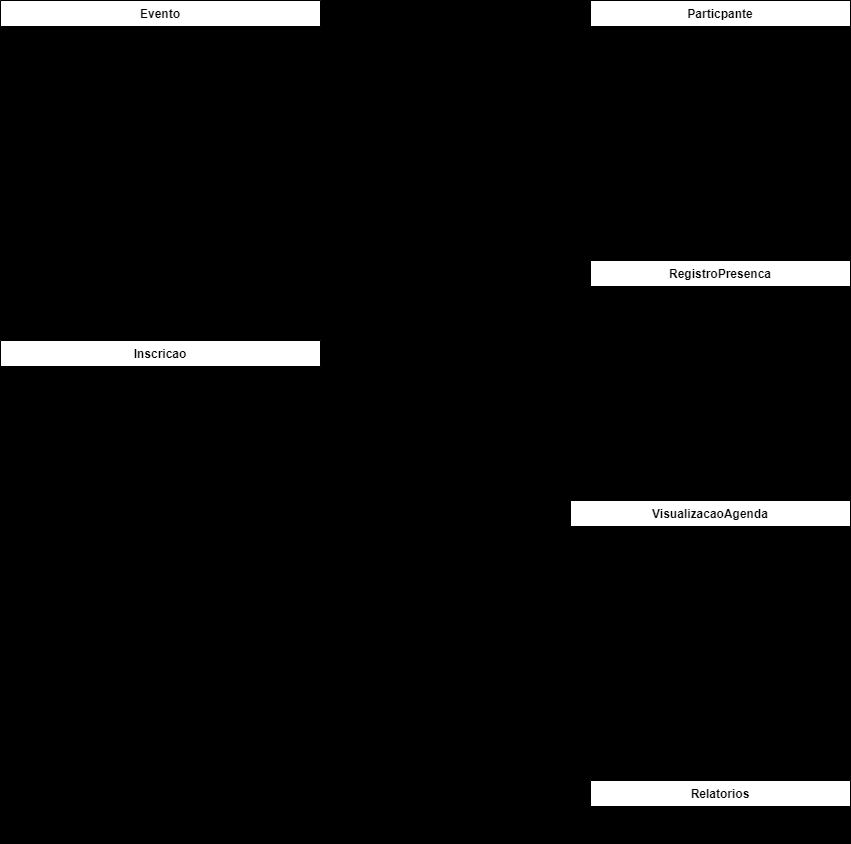
Emanuel3k/POO-Sistema-de-Eventos keeps this draw.io diagram as UML.drawio.png. Above is the earlier version. Source tidied: cells renumbered, new cells last; positions are measured from the earlier drawing's top-left corner, leaving out a move shared by most shapes.
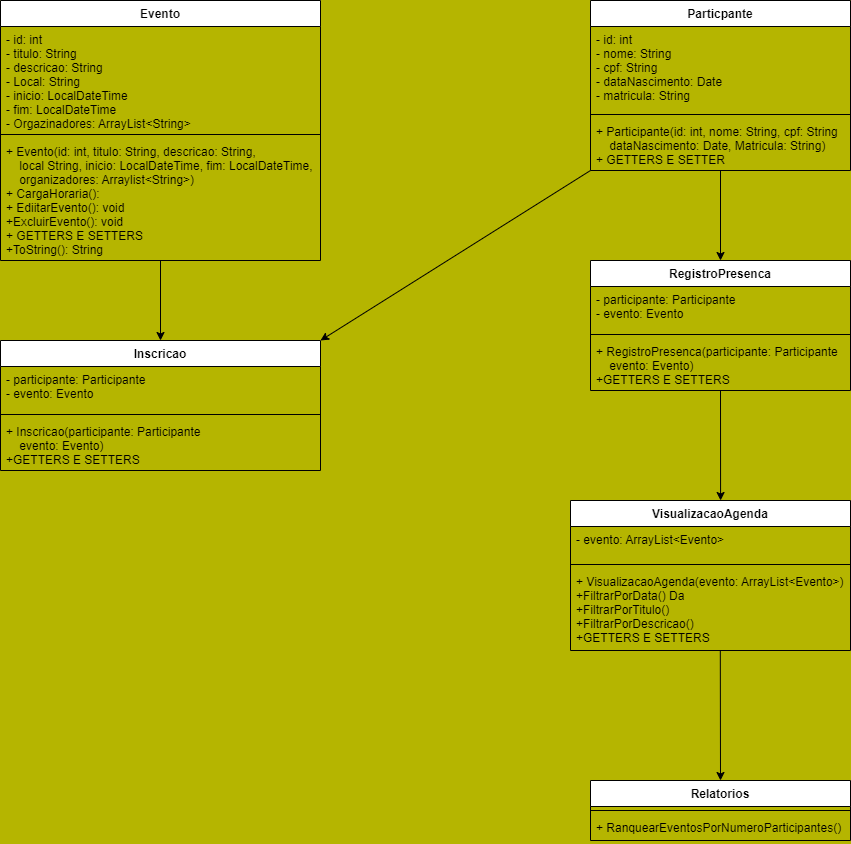
Later version of the same file.

Commit message:
Alterei a cor do background da UML para uma melhor visualização

Change to the diagram source:
```diff
@@ -1,4 +1,4 @@
-<mxGraphModel background="#000000">
+<mxGraphModel background="#B5B500">
   <root>
     <mxCell id="0" />
     <mxCell id="1" parent="0" />
@@ -51,7 +51,7 @@
       <mxGeometry y="78" width="260" height="52" as="geometry" />
     </mxCell>
     <mxCell id="18" value="Inscricao" style="swimlane;fontStyle=1;align=center;verticalAlign=top;horizontal=1;startSize=26;labelBackgroundColor=none;" parent="1" vertex="1">
-      <mxGeometry y="340" width="320" height="160" as="geometry" />
+      <mxGeometry y="340" width="320" height="130" as="geometry" />
     </mxCell>
     <mxCell id="19" value="- participante: Participante&#10;- evento: Evento" style="text;strokeColor=none;fillColor=none;align=left;verticalAlign=top;spacingLeft=4;spacingRight=4;overflow=hidden;labelBackgroundColor=none;" parent="18" vertex="1">
       <mxGeometry y="26" width="320" height="44" as="geometry" />
@@ -60,7 +60,7 @@
       <mxGeometry y="70" width="320" height="8" as="geometry" />
     </mxCell>
     <mxCell id="21" value="+ Inscricao(participante: Participante&#10;    evento: Evento)&#10;+GETTERS E SETTERS&#10;&#10;&#10;&#10;" style="text;strokeColor=none;fillColor=none;align=left;verticalAlign=top;spacingLeft=4;spacingRight=4;overflow=hidden;labelBackgroundColor=none;" parent="18" vertex="1">
-      <mxGeometry y="78" width="320" height="82" as="geometry" />
+      <mxGeometry y="78" width="320" height="52" as="geometry" />
     </mxCell>
     <mxCell id="22" style="edgeStyle=none;html=1;exitX=0.535;exitY=0.997;exitDx=0;exitDy=0;entryX=0.5;entryY=0;entryDx=0;entryDy=0;exitPerimeter=0;" parent="1" edge="1" source="26" target="27">
       <mxGeometry relative="1" as="geometry" />
```
